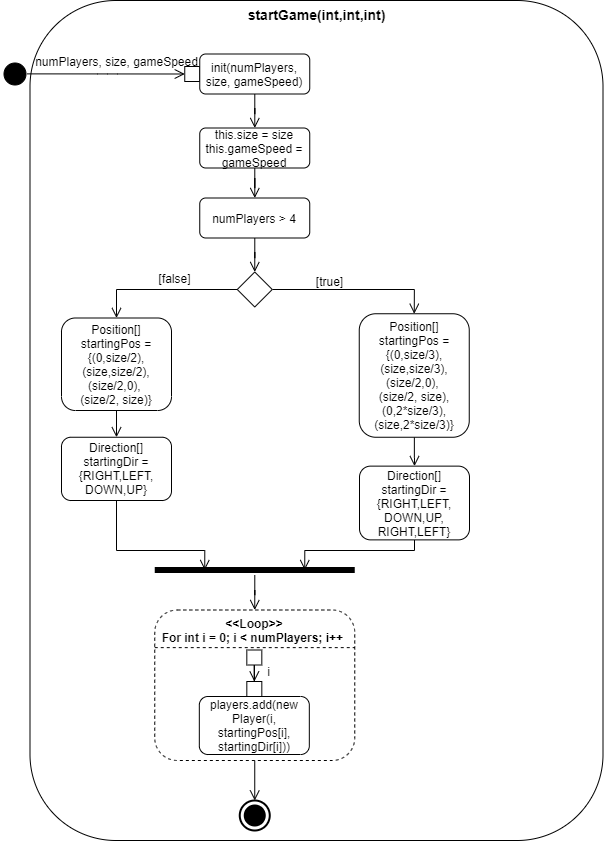
The draw.io diagram Doku/images/AD_startGame.png in KjellooMelloo/gameoftrons, before a commit. Source tidied: cells renumbered, new cells last; positions are measured from the earlier drawing's top-left corner, leaving out a move shared by most shapes.
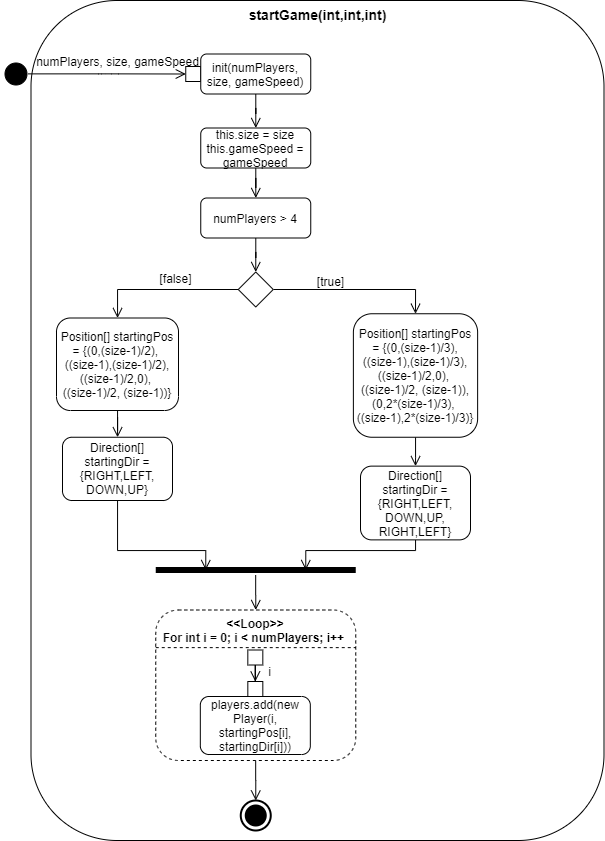
After the commit.

Commit message:
impl of GameManager methods, init method, Player()+Position(), update AD

Change to the diagram source:
```diff
@@ -41,8 +41,8 @@
     <mxCell id="14" style="edgeStyle=orthogonalEdgeStyle;rounded=0;jettySize=auto;html=1;startArrow=none;startFill=0;endArrow=open;endFill=0;endSize=8;" parent="1" edge="1" source="15" target="17">
       <mxGeometry relative="1" as="geometry" />
     </mxCell>
-    <mxCell id="15" value="Position[] startingPos = {(0,size/2), (size,size/2), (size/2,0), &lt;br&gt;(size/2, size)}" style="shape=rect;html=1;rounded=1;whiteSpace=wrap;align=center;" parent="1" vertex="1">
-      <mxGeometry x="62" y="317.5" width="110" height="92.5" as="geometry" />
+    <mxCell id="15" value="Position[] startingPos = {(0,(size-1)/2), &lt;br&gt;((size-1),(size-1)/2), ((size-1)/2,0), &lt;br&gt;((size-1)/2, (size-1))}" style="shape=rect;html=1;rounded=1;whiteSpace=wrap;align=center;" parent="1" vertex="1">
+      <mxGeometry x="56" y="317.5" width="122" height="92.5" as="geometry" />
     </mxCell>
     <mxCell id="16" style="edgeStyle=orthogonalEdgeStyle;rounded=0;jettySize=auto;html=1;entryX=0.25;entryY=0.5;entryDx=0;entryDy=0;entryPerimeter=0;startArrow=none;startFill=0;endArrow=open;endFill=0;endSize=8;" parent="1" edge="1" source="17" target="27">
       <mxGeometry relative="1" as="geometry">
@@ -78,8 +78,8 @@
     <mxCell id="23" style="edgeStyle=orthogonalEdgeStyle;rounded=0;jettySize=auto;html=1;entryX=0.5;entryY=0;entryDx=0;entryDy=0;startArrow=none;startFill=0;endArrow=open;endFill=0;endSize=8;" parent="1" edge="1" source="24" target="19">
       <mxGeometry relative="1" as="geometry" />
     </mxCell>
-    <mxCell id="24" value="Position[] startingPos = {(0,size/3), (size,size/3), (size/2,0), &lt;br&gt;(size/2, size), (0,2*size/3), (size,2*size/3)}" style="shape=rect;html=1;rounded=1;whiteSpace=wrap;align=center;" parent="1" vertex="1">
-      <mxGeometry x="359.8" y="313.2" width="110" height="123.5" as="geometry" />
+    <mxCell id="24" value="Position[] startingPos = {(0,(size-1)/3), ((size-1),(size-1)/3), ((size-1)/2,0), &lt;br&gt;((size-1)/2, (size-1)), (0,2*(size-1)/3), &lt;br&gt;((size-1),2*(size-1)/3)}" style="shape=rect;html=1;rounded=1;whiteSpace=wrap;align=center;" parent="1" vertex="1">
+      <mxGeometry x="352.9" y="313.2" width="124.2" height="123.5" as="geometry" />
     </mxCell>
     <mxCell id="25" value="&lt;font style=&quot;font-size: 12px&quot;&gt;[true]&lt;/font&gt;" style="text;html=1;align=center;verticalAlign=middle;fontSize=16;" parent="1" vertex="1">
       <mxGeometry x="310.2" y="265" width="40" height="30" as="geometry" />
```
